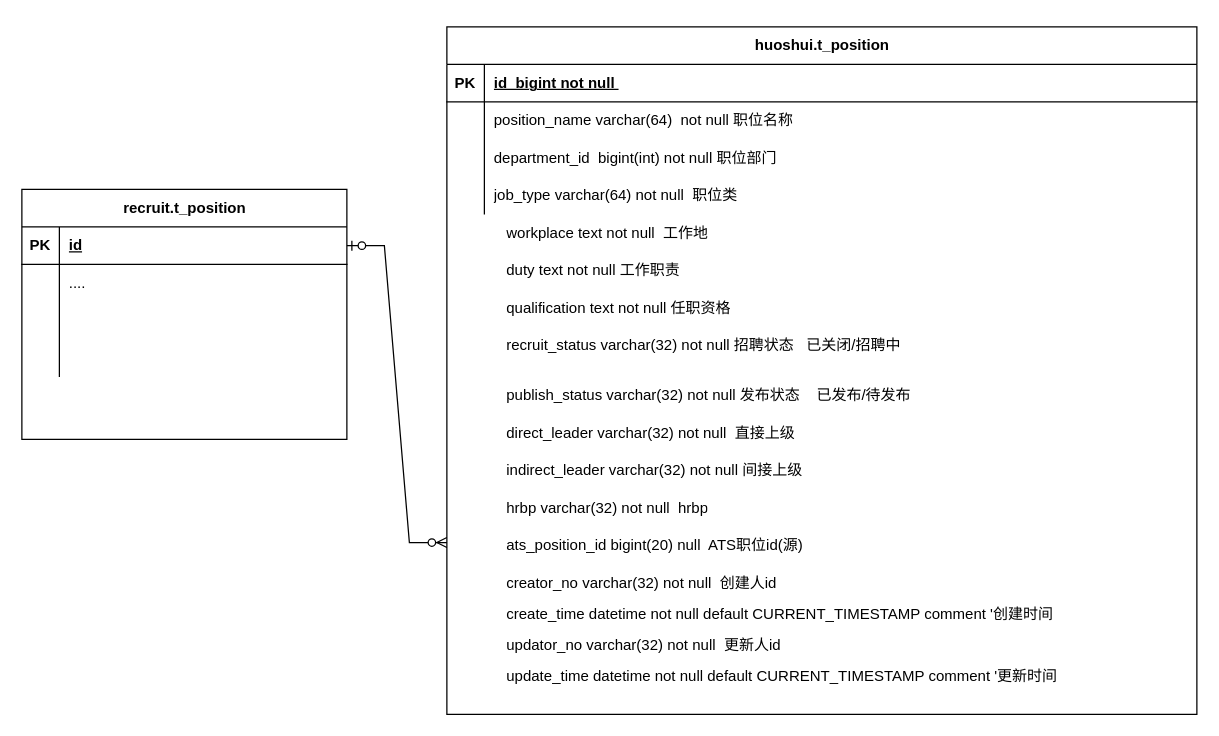
Earlier version of the draw.io diagram page "第 10 页" (10 of 11) of Untitled Diagram.drawio (JnCaoxia/java-learn). Source tidied: cells renumbered, new cells numbered last; positions are measured from the earlier drawing's top-left corner, leaving out a move shared by most shapes. Both pictures are drawn from the tidied source at 125%, with x=0, y=0 at pixel (21, 26).
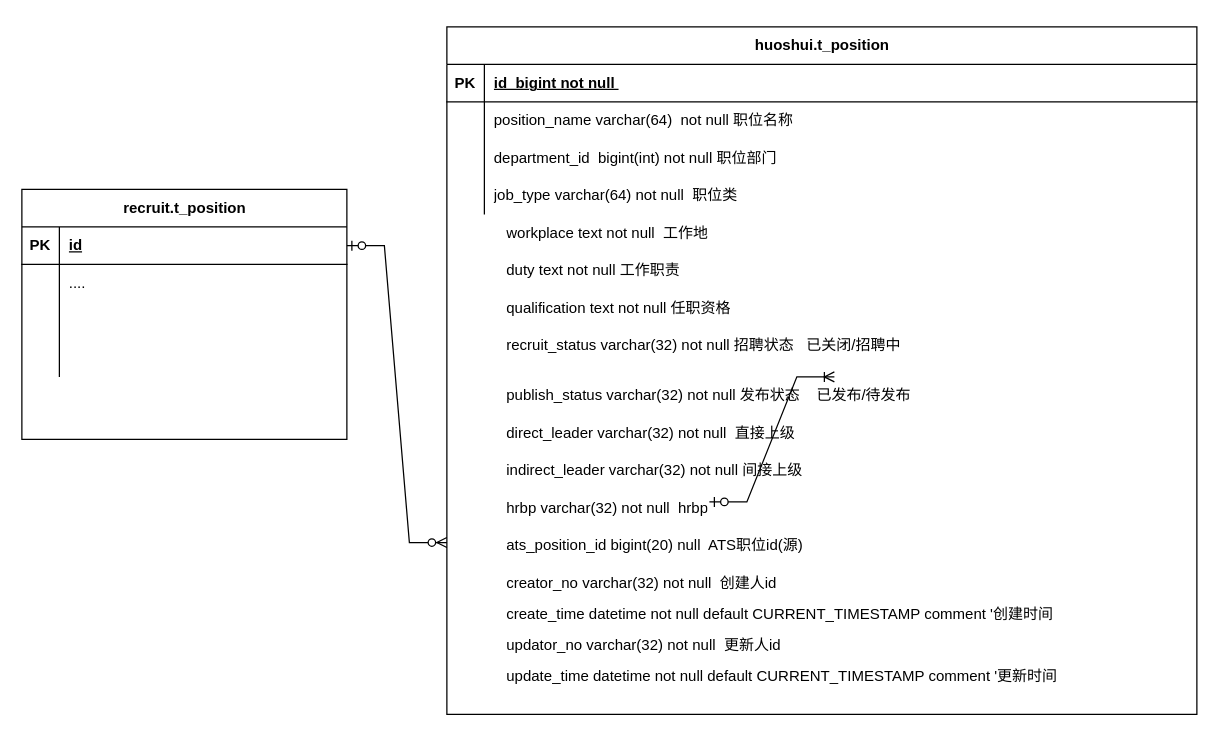
Above is the later version.

Diff of the diagram source:
```diff
@@
+    <mxCell id="42" style="edgeStyle=entityRelationEdgeStyle;fontSize=12;html=1;endArrow=ERoneToMany;startArrow=ERzeroToOne;rounded=0;" parent="1" edge="1">
+      <mxGeometry relative="1" as="geometry">
+        <mxPoint x="550" y="380" as="sourcePoint" />
+        <mxPoint x="650" y="280" as="targetPoint" />
+      </mxGeometry>
+    </mxCell>
```
